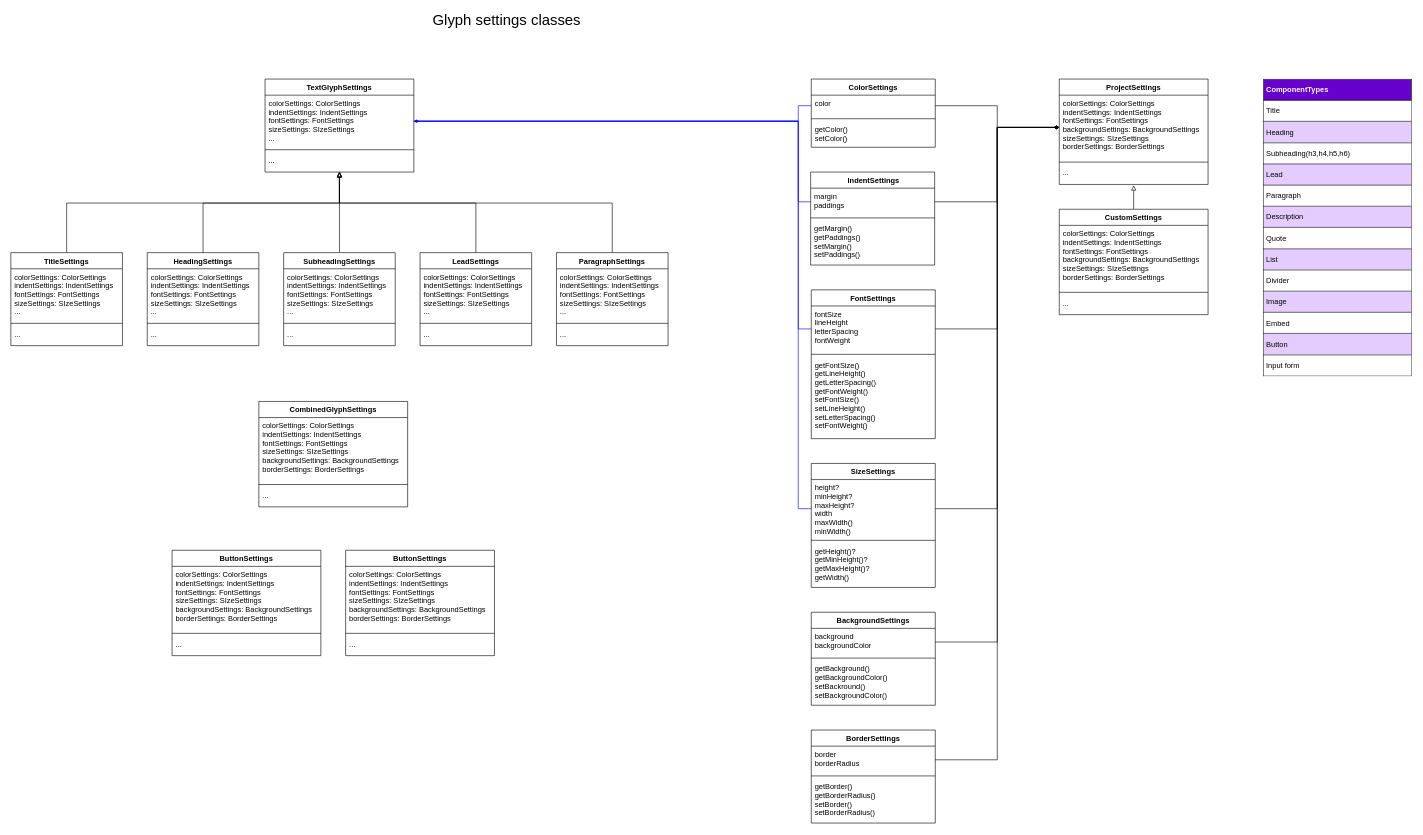
Above: xml/Glif settings classes.drawio in Alexiy1984/for_diagrams (draw.io), before the change. Source tidied: cells renumbered, new cells numbered last; positions are measured from the earlier drawing's top-left corner, leaving out a move shared by most shapes. Both pictures are drawn from the tidied source at 62%, with x=0, y=0 at pixel (11, 11).
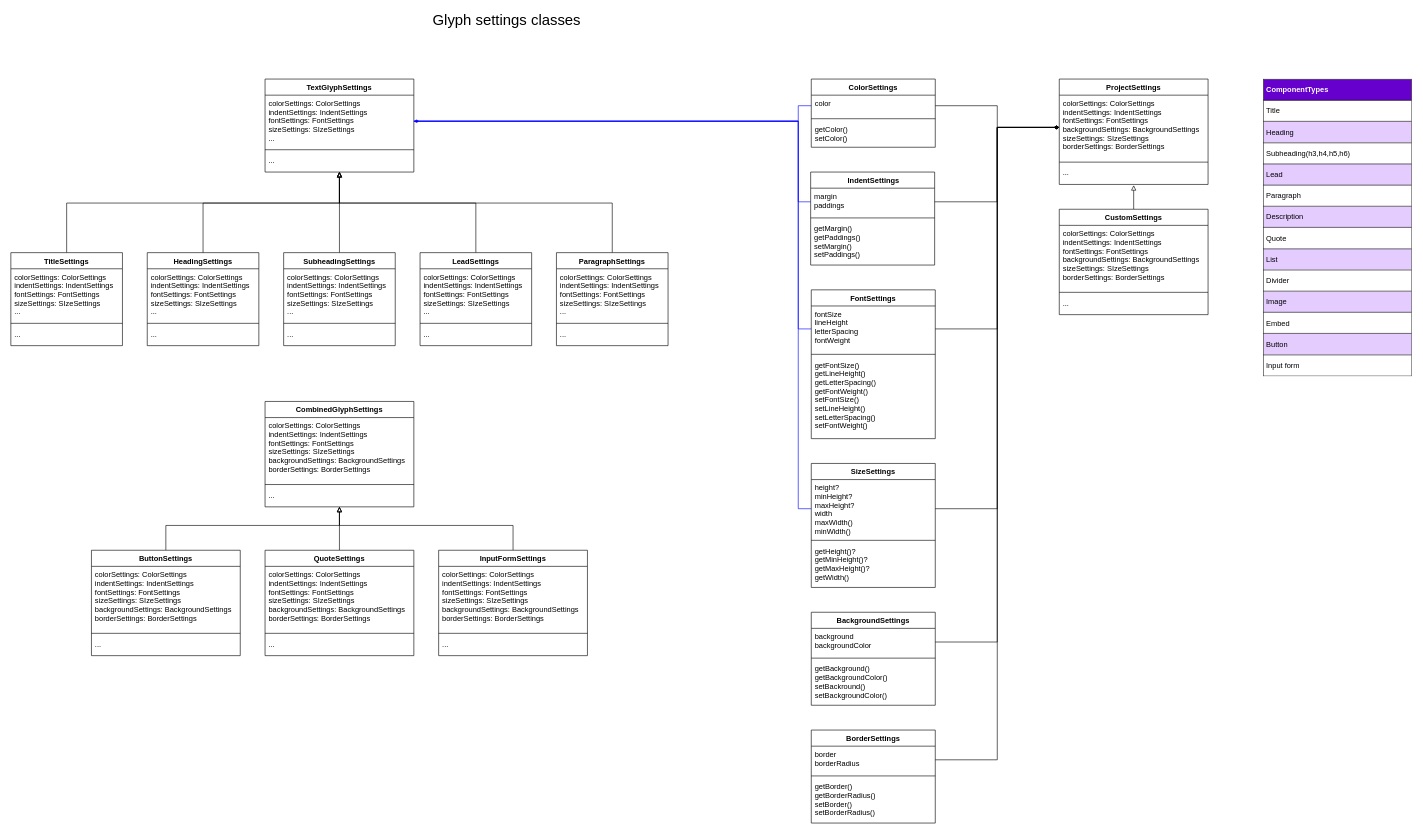
The same page after the edit.

Commit message:
Update Glyph settings classes.drawio

Change to the diagram source:
```diff
@@
-    <mxCell id="14" value="Glyph settings classes" style="text;html=1;strokeColor=none;fillColor=none;align=center;verticalAlign=middle;whiteSpace=wrap;rounded=0;strokeWidth=3;fontSize=24;" parent="1" vertex="1">
+    <mxCell id="14" value="Glyph settings classes" style="text;html=1;align=center;verticalAlign=middle;whiteSpace=wrap;rounded=0;strokeWidth=3;fontSize=24;" parent="1" vertex="1">
       <mxGeometry x="450" width="700" height="30" as="geometry" />
     </mxCell>
+    <mxCell id="88" style="edgeStyle=orthogonalEdgeStyle;rounded=0;jettySize=auto;html=1;entryX=0.5;entryY=0;entryDx=0;entryDy=0;startArrow=block;startFill=0;endArrow=none;endFill=0;strokeColor=#000000;" parent="1" edge="1" source="15" target="80">
+      <mxGeometry relative="1" as="geometry">
+        <Array as="points">
+          <mxPoint x="530" y="830" />
+          <mxPoint x="250" y="830" />
+        </Array>
+      </mxGeometry>
+    </mxCell>
+    <mxCell id="89" style="edgeStyle=orthogonalEdgeStyle;rounded=0;jettySize=auto;html=1;entryX=0.5;entryY=0;entryDx=0;entryDy=0;startArrow=block;startFill=0;endArrow=none;endFill=0;strokeColor=#000000;" parent="1" edge="1" source="15" target="84">
+      <mxGeometry relative="1" as="geometry">
+        <Array as="points">
+          <mxPoint x="530" y="870" />
+        </Array>
+      </mxGeometry>
+    </mxCell>
+    <mxCell id="90" style="edgeStyle=orthogonalEdgeStyle;rounded=0;jettySize=auto;html=1;entryX=0.5;entryY=0;entryDx=0;entryDy=0;startArrow=block;startFill=0;endArrow=none;endFill=0;strokeColor=#000000;" parent="1" edge="1" source="15" target="91">
+      <mxGeometry relative="1" as="geometry">
+        <Array as="points">
+          <mxPoint x="530" y="830" />
+          <mxPoint x="810" y="830" />
+        </Array>
+      </mxGeometry>
+    </mxCell>
     <mxCell id="15" value="CombinedGlyphSettings" style="swimlane;fontStyle=1;align=center;verticalAlign=top;horizontal=1;startSize=26;" parent="1" vertex="1">
-      <mxGeometry x="400" y="630" width="240" height="170" as="geometry" />
+      <mxGeometry x="410" y="630" width="240" height="170" as="geometry" />
     </mxCell>
@@
     <mxCell id="80" value="ButtonSettings" style="swimlane;fontStyle=1;align=center;verticalAlign=top;horizontal=1;startSize=26;" parent="1" vertex="1">
-      <mxGeometry x="260" y="870" width="240" height="170" as="geometry" />
+      <mxGeometry x="130" y="870" width="240" height="170" as="geometry" />
     </mxCell>
@@
-    <mxCell id="84" value="ButtonSettings" style="swimlane;fontStyle=1;align=center;verticalAlign=top;horizontal=1;startSize=26;" parent="1" vertex="1">
-      <mxGeometry x="540" y="870" width="240" height="170" as="geometry" />
+    <mxCell id="84" value="QuoteSettings" style="swimlane;fontStyle=1;align=center;verticalAlign=top;horizontal=1;startSize=26;" parent="1" vertex="1">
+      <mxGeometry x="410" y="870" width="240" height="170" as="geometry" />
     </mxCell>
@@
+    <mxCell id="91" value="InputFormSettings" style="swimlane;fontStyle=1;align=center;verticalAlign=top;horizontal=1;startSize=26;" parent="1" vertex="1">
+      <mxGeometry x="690" y="870" width="240" height="170" as="geometry" />
+    </mxCell>
+    <mxCell id="92" value="colorSettings: ColorSettings&#10;indentSettings: IndentSettings&#10;fontSettings: FontSettings&#10;sizeSettings: SIzeSettings&#10;backgroundSettings: BackgroundSettings&#10;borderSettings: BorderSettings" style="text;strokeColor=none;fillColor=none;align=left;verticalAlign=top;spacingLeft=4;spacingRight=4;overflow=hidden;fontStyle=0;" parent="91" vertex="1">
+      <mxGeometry y="26" width="240" height="104" as="geometry" />
+    </mxCell>
+    <mxCell id="93" style="line;strokeWidth=1;fillColor=none;align=left;verticalAlign=middle;spacingTop=-1;spacingLeft=3;spacingRight=3;labelPosition=right;" parent="91" vertex="1">
+      <mxGeometry y="130" width="240" height="8" as="geometry" />
+    </mxCell>
+    <mxCell id="94" value="..." style="text;strokeColor=none;fillColor=none;align=left;verticalAlign=top;spacingLeft=4;spacingRight=4;overflow=hidden;fontStyle=0;" parent="91" vertex="1">
+      <mxGeometry y="138" width="240" height="32" as="geometry" />
+    </mxCell>
```
